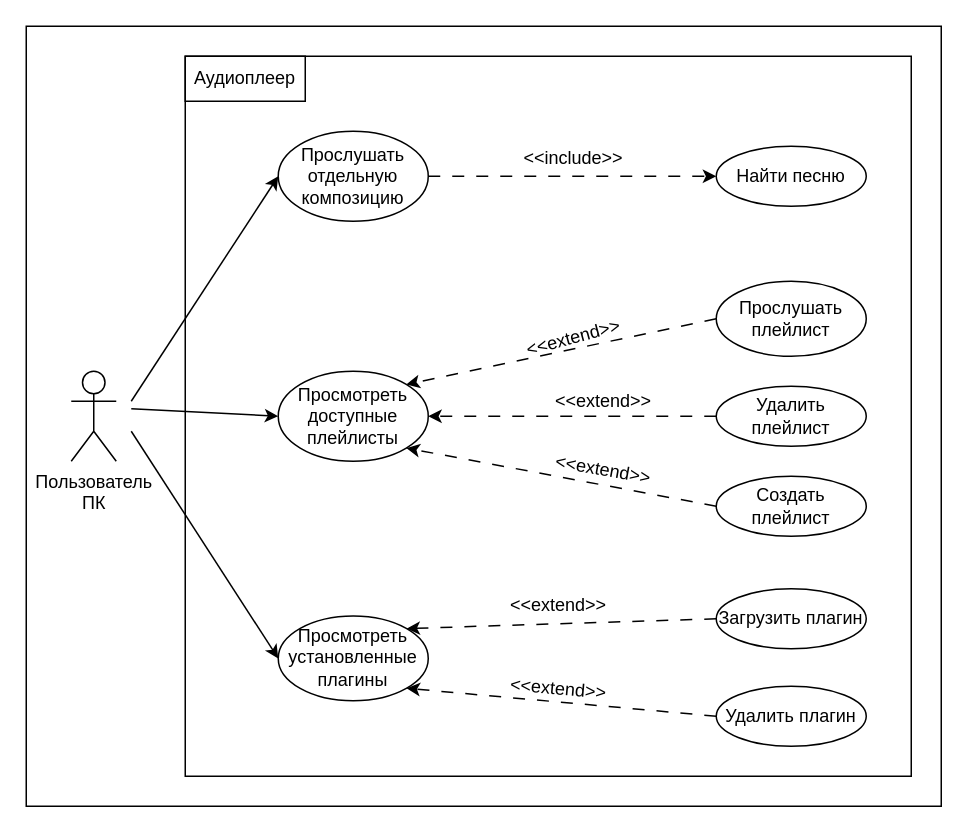
Before: lab1.drawio in Hlebnica/software_engineering, a draw.io diagram. Source tidied: cells renumbered, new cells numbered last; positions are measured from the earlier drawing's top-left corner, leaving out a move shared by most shapes. Both pictures are drawn from the tidied source at 150%, with x=0, y=0 at pixel (26, 26).
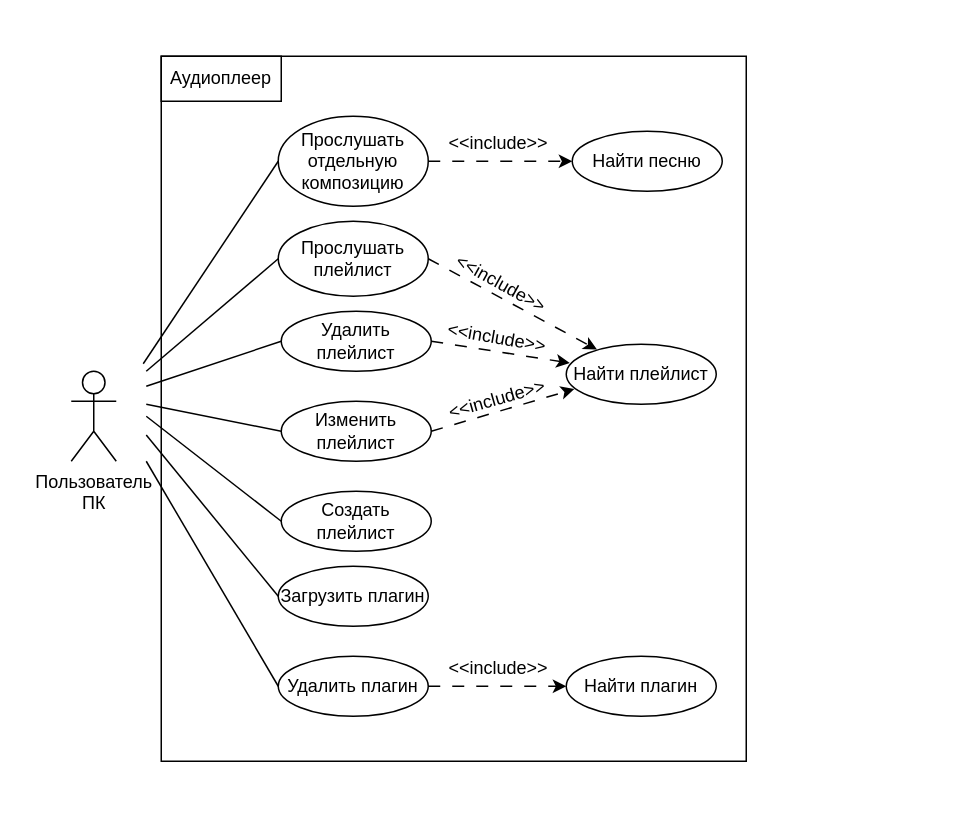
The same page after the edit.

Commit message (it also covers changes not shown here):
lab1_2_end

The edit, as a diff of the source:
```diff
@@
-    <mxCell id="2" style="rounded=0;whiteSpace=wrap;html=1;strokeColor=default;" parent="1" vertex="1">
-      <mxGeometry width="610" height="520" as="geometry" />
-    </mxCell>
+    <mxCell id="30" style="rounded=0;whiteSpace=wrap;html=1;strokeColor=none;" parent="1" vertex="1">
+      <mxGeometry y="10" width="490" height="490" as="geometry" />
+    </mxCell>
@@
     <mxCell id="4" style="rounded=0;whiteSpace=wrap;html=1;strokeColor=default;" parent="1" vertex="1">
-      <mxGeometry x="106" y="20" width="484" height="480" as="geometry" />
+      <mxGeometry x="90" y="20" width="390" height="470" as="geometry" />
     </mxCell>
     <mxCell id="5" value="Аудиоплеер" style="text;html=1;strokeColor=default;fillColor=none;align=center;verticalAlign=middle;whiteSpace=wrap;rounded=0;" parent="1" vertex="1">
-      <mxGeometry x="106" y="20" width="80" height="30" as="geometry" />
+      <mxGeometry x="90" y="20" width="80" height="30" as="geometry" />
     </mxCell>
     <mxCell id="6" value="Прослушать плейлист" style="ellipse;whiteSpace=wrap;html=1;strokeColor=default;" parent="1" vertex="1">
-      <mxGeometry x="460" y="170" width="100" height="50" as="geometry" />
+      <mxGeometry x="168" y="130" width="100" height="50" as="geometry" />
     </mxCell>
     <mxCell id="7" value="Прослушать отдельную композицию" style="ellipse;whiteSpace=wrap;html=1;strokeColor=default;" parent="1" vertex="1">
-      <mxGeometry x="168" y="70" width="100" height="60" as="geometry" />
+      <mxGeometry x="168" y="60" width="100" height="60" as="geometry" />
     </mxCell>
-    <mxCell id="8" value="Просмотреть установленные плагины" style="ellipse;whiteSpace=wrap;html=1;strokeColor=default;" parent="1" vertex="1">
-      <mxGeometry x="168" y="393.2" width="100" height="56.5" as="geometry" />
-    </mxCell>
+    <mxCell id="12" value="Удалить плейлист" style="ellipse;whiteSpace=wrap;html=1;strokeColor=default;" parent="1" vertex="1">
+      <mxGeometry x="170" y="190" width="100" height="40" as="geometry" />
+    </mxCell>
+    <mxCell id="14" value="Найти песню" style="ellipse;whiteSpace=wrap;html=1;strokeColor=default;" parent="1" vertex="1">
+      <mxGeometry x="364" y="70" width="100" height="40" as="geometry" />
+    </mxCell>
+    <mxCell id="18" style="endArrow=classic;html=1;rounded=0;strokeWidth=1;targetPerimeterSpacing=1;dashed=1;dashPattern=8 8;entryX=0;entryY=0.5;entryDx=0;entryDy=0;exitX=1;exitY=0.5;exitDx=0;exitDy=0;" parent="1" edge="1" source="7" target="14">
+      <mxGeometry relative="1" as="geometry" />
+    </mxCell>
+    <mxCell id="19" value="&amp;lt;&amp;lt;include&amp;gt;&amp;gt;" style="text;html=1;strokeColor=none;fillColor=none;align=center;verticalAlign=middle;whiteSpace=wrap;rounded=0;rotation=0;" parent="1" vertex="1">
+      <mxGeometry x="280" y="70" width="70" height="15" as="geometry" />
+    </mxCell>
     <mxCell id="9" value="Загрузить плагин" style="ellipse;whiteSpace=wrap;html=1;strokeColor=default;" parent="1" vertex="1">
-      <mxGeometry x="460" y="375" width="100" height="40" as="geometry" />
+      <mxGeometry x="168" y="360" width="100" height="40" as="geometry" />
     </mxCell>
     <mxCell id="10" value="Удалить плагин" style="ellipse;whiteSpace=wrap;html=1;strokeColor=default;" parent="1" vertex="1">
-      <mxGeometry x="460" y="440" width="100" height="40" as="geometry" />
+      <mxGeometry x="168" y="420" width="100" height="40" as="geometry" />
     </mxCell>
+    <mxCell id="31" value="Найти плагин" style="ellipse;whiteSpace=wrap;html=1;strokeColor=default;" parent="1" vertex="1">
+      <mxGeometry x="360" y="420" width="100" height="40" as="geometry" />
+    </mxCell>
     <mxCell id="11" value="Создать плейлист" style="ellipse;whiteSpace=wrap;html=1;strokeColor=default;" parent="1" vertex="1">
-      <mxGeometry x="460" y="300" width="100" height="40" as="geometry" />
+      <mxGeometry x="170" y="310" width="100" height="40" as="geometry" />
     </mxCell>
-    <mxCell id="12" value="Удалить плейлист" style="ellipse;whiteSpace=wrap;html=1;strokeColor=default;" parent="1" vertex="1">
-      <mxGeometry x="460" y="240" width="100" height="40" as="geometry" />
-    </mxCell>
-    <mxCell id="13" value="Просмотреть доступные плейлисты" style="ellipse;whiteSpace=wrap;html=1;strokeColor=default;" parent="1" vertex="1">
-      <mxGeometry x="168" y="230" width="100" height="60" as="geometry" />
-    </mxCell>
-    <mxCell id="14" value="Найти песню" style="ellipse;whiteSpace=wrap;html=1;strokeColor=default;" parent="1" vertex="1">
-      <mxGeometry x="460" y="80" width="100" height="40" as="geometry" />
-    </mxCell>
-    <mxCell id="15" style="endArrow=classic;html=1;rounded=0;strokeWidth=1;targetPerimeterSpacing=1;entryX=0;entryY=0.5;entryDx=0;entryDy=0;" parent="1" edge="1" target="7">
-      <mxGeometry relative="1" as="geometry">
-        <mxPoint x="70" y="250" as="sourcePoint" />
-      </mxGeometry>
-    </mxCell>
-    <mxCell id="16" style="endArrow=classic;html=1;rounded=0;strokeWidth=1;targetPerimeterSpacing=1;entryX=0;entryY=0.5;entryDx=0;entryDy=0;" parent="1" edge="1" target="13">
-      <mxGeometry relative="1" as="geometry">
-        <mxPoint x="70" y="255" as="sourcePoint" />
-      </mxGeometry>
-    </mxCell>
-    <mxCell id="17" value="&amp;lt;&amp;lt;extend&amp;gt;&amp;gt;" style="text;html=1;strokeColor=none;fillColor=none;align=center;verticalAlign=middle;whiteSpace=wrap;rounded=0;rotation=-15;" parent="1" vertex="1">
-      <mxGeometry x="330" y="200" width="70" height="15" as="geometry" />
-    </mxCell>
-    <mxCell id="18" style="endArrow=classic;html=1;rounded=0;strokeWidth=1;targetPerimeterSpacing=1;dashed=1;dashPattern=8 8;entryX=0;entryY=0.5;entryDx=0;entryDy=0;exitX=1;exitY=0.5;exitDx=0;exitDy=0;" parent="1" edge="1" source="7" target="14">
-      <mxGeometry relative="1" as="geometry" />
-    </mxCell>
-    <mxCell id="19" value="&amp;lt;&amp;lt;include&amp;gt;&amp;gt;" style="text;html=1;strokeColor=none;fillColor=none;align=center;verticalAlign=middle;whiteSpace=wrap;rounded=0;rotation=0;" parent="1" vertex="1">
-      <mxGeometry x="330" y="80" width="70" height="15" as="geometry" />
-    </mxCell>
-    <mxCell id="20" style="endArrow=classic;html=1;rounded=0;strokeWidth=1;targetPerimeterSpacing=1;dashed=1;dashPattern=8 8;entryX=1;entryY=0;entryDx=0;entryDy=0;exitX=0;exitY=0.5;exitDx=0;exitDy=0;" parent="1" edge="1" source="6" target="13">
-      <mxGeometry relative="1" as="geometry" />
-    </mxCell>
-    <mxCell id="21" value="&amp;lt;&amp;lt;extend&amp;gt;&amp;gt;" style="text;html=1;strokeColor=none;fillColor=none;align=center;verticalAlign=middle;whiteSpace=wrap;rounded=0;rotation=0;" parent="1" vertex="1">
-      <mxGeometry x="350" y="242" width="70" height="15" as="geometry" />
-    </mxCell>
-    <mxCell id="22" value="&amp;lt;&amp;lt;extend&amp;gt;&amp;gt;" style="text;html=1;strokeColor=none;fillColor=none;align=center;verticalAlign=middle;whiteSpace=wrap;rounded=0;rotation=10;" parent="1" vertex="1">
-      <mxGeometry x="350" y="288" width="70" height="15" as="geometry" />
-    </mxCell>
-    <mxCell id="23" style="endArrow=classic;html=1;rounded=0;strokeWidth=1;targetPerimeterSpacing=1;dashed=1;dashPattern=8 8;entryX=1;entryY=0;entryDx=0;entryDy=0;exitX=0;exitY=0.5;exitDx=0;exitDy=0;" parent="1" edge="1" source="9" target="8">
-      <mxGeometry relative="1" as="geometry" />
-    </mxCell>
-    <mxCell id="24" style="endArrow=classic;html=1;rounded=0;strokeWidth=1;targetPerimeterSpacing=1;dashed=1;dashPattern=8 8;entryX=1;entryY=1;entryDx=0;entryDy=0;exitX=0;exitY=0.5;exitDx=0;exitDy=0;" parent="1" edge="1" source="10" target="8">
-      <mxGeometry relative="1" as="geometry" />
-    </mxCell>
-    <mxCell id="25" value="&amp;lt;&amp;lt;extend&amp;gt;&amp;gt;" style="text;html=1;strokeColor=none;fillColor=none;align=center;verticalAlign=middle;whiteSpace=wrap;rounded=0;rotation=0;" parent="1" vertex="1">
-      <mxGeometry x="320" y="378.2" width="70" height="15" as="geometry" />
-    </mxCell>
-    <mxCell id="26" value="&amp;lt;&amp;lt;extend&amp;gt;&amp;gt;" style="text;html=1;strokeColor=none;fillColor=none;align=center;verticalAlign=middle;whiteSpace=wrap;rounded=0;rotation=5;" parent="1" vertex="1">
-      <mxGeometry x="320" y="434.8" width="70" height="15" as="geometry" />
-    </mxCell>
-    <mxCell id="27" style="endArrow=classic;html=1;rounded=0;strokeWidth=1;targetPerimeterSpacing=1;entryX=0;entryY=0.5;entryDx=0;entryDy=0;" parent="1" edge="1" target="8">
-      <mxGeometry relative="1" as="geometry">
-        <mxPoint x="70" y="270" as="sourcePoint" />
-      </mxGeometry>
-    </mxCell>
-    <mxCell id="28" style="endArrow=classic;html=1;rounded=0;strokeWidth=1;targetPerimeterSpacing=1;dashed=1;dashPattern=8 8;exitX=0;exitY=0.5;exitDx=0;exitDy=0;entryX=1;entryY=0.5;entryDx=0;entryDy=0;" parent="1" edge="1" source="12" target="13">
-      <mxGeometry relative="1" as="geometry" />
-    </mxCell>
-    <mxCell id="29" style="endArrow=classic;html=1;rounded=0;strokeWidth=1;targetPerimeterSpacing=1;dashed=1;dashPattern=8 8;entryX=1;entryY=1;entryDx=0;entryDy=0;exitX=0;exitY=0.5;exitDx=0;exitDy=0;" parent="1" edge="1" source="11" target="13">
-      <mxGeometry relative="1" as="geometry" />
-    </mxCell>
+    <mxCell id="32" value="Изменить плейлист" style="ellipse;whiteSpace=wrap;html=1;strokeColor=default;" parent="1" vertex="1">
+      <mxGeometry x="170" y="250" width="100" height="40" as="geometry" />
+    </mxCell>
+    <mxCell id="33" value="Найти плейлист" style="ellipse;whiteSpace=wrap;html=1;strokeColor=default;" parent="1" vertex="1">
+      <mxGeometry x="360" y="212" width="100" height="40" as="geometry" />
+    </mxCell>
+    <mxCell id="34" style="endArrow=classic;html=1;rounded=0;strokeWidth=1;targetPerimeterSpacing=1;dashed=1;dashPattern=8 8;exitX=1;exitY=0.5;exitDx=0;exitDy=0;entryX=0;entryY=0.5;entryDx=0;entryDy=0;" parent="1" edge="1" source="10" target="31">
+      <mxGeometry relative="1" as="geometry" />
+    </mxCell>
+    <mxCell id="35" value="&amp;lt;&amp;lt;include&amp;gt;&amp;gt;" style="text;html=1;strokeColor=none;fillColor=none;align=center;verticalAlign=middle;whiteSpace=wrap;rounded=0;rotation=0;" parent="1" vertex="1">
+      <mxGeometry x="280" y="420" width="70" height="15" as="geometry" />
+    </mxCell>
+    <mxCell id="36" style="endArrow=none;html=1;rounded=0;entryX=0;entryY=0.5;entryDx=0;entryDy=0;" parent="1" edge="1" target="6">
+      <mxGeometry relative="1" as="geometry">
+        <mxPoint x="80" y="230" as="sourcePoint" />
+      </mxGeometry>
+    </mxCell>
+    <mxCell id="37" style="endArrow=classic;html=1;rounded=0;strokeWidth=1;targetPerimeterSpacing=1;dashed=1;dashPattern=8 8;exitX=1;exitY=0.5;exitDx=0;exitDy=0;" parent="1" edge="1" source="12" target="33">
+      <mxGeometry relative="1" as="geometry" />
+    </mxCell>
+    <mxCell id="38" style="endArrow=classic;html=1;rounded=0;strokeWidth=1;targetPerimeterSpacing=1;dashed=1;dashPattern=8 8;entryX=0.054;entryY=0.747;entryDx=0;entryDy=0;exitX=1;exitY=0.5;exitDx=0;exitDy=0;entryPerimeter=0;" parent="1" edge="1" source="32" target="33">
+      <mxGeometry relative="1" as="geometry" />
+    </mxCell>
+    <mxCell id="39" value="&amp;lt;&amp;lt;include&amp;gt;&amp;gt;" style="text;html=1;strokeColor=none;fillColor=none;align=center;verticalAlign=middle;whiteSpace=wrap;rounded=0;rotation=344;" parent="1" vertex="1">
+      <mxGeometry x="279" y="241" width="70" height="15" as="geometry" />
+    </mxCell>
+    <mxCell id="40" value="&amp;lt;&amp;lt;include&amp;gt;&amp;gt;" style="text;html=1;strokeColor=none;fillColor=none;align=center;verticalAlign=middle;whiteSpace=wrap;rounded=0;rotation=10;" parent="1" vertex="1">
+      <mxGeometry x="279" y="200.5" width="70" height="15" as="geometry" />
+    </mxCell>
+    <mxCell id="41" style="endArrow=none;html=1;rounded=0;entryX=0;entryY=0.5;entryDx=0;entryDy=0;" parent="1" edge="1" target="7">
+      <mxGeometry relative="1" as="geometry">
+        <mxPoint x="78" y="225" as="sourcePoint" />
+      </mxGeometry>
+    </mxCell>
+    <mxCell id="42" style="endArrow=classic;html=1;rounded=0;strokeWidth=1;targetPerimeterSpacing=1;dashed=1;dashPattern=8 8;exitX=1;exitY=0.5;exitDx=0;exitDy=0;entryX=0.205;entryY=0.089;entryDx=0;entryDy=0;entryPerimeter=0;" parent="1" edge="1" source="6" target="33">
+      <mxGeometry relative="1" as="geometry" />
+    </mxCell>
+    <mxCell id="43" value="&amp;lt;&amp;lt;include&amp;gt;&amp;gt;" style="text;html=1;strokeColor=none;fillColor=none;align=center;verticalAlign=middle;whiteSpace=wrap;rounded=0;rotation=29;" parent="1" vertex="1">
+      <mxGeometry x="282" y="164" width="70" height="15" as="geometry" />
+    </mxCell>
+    <mxCell id="44" style="endArrow=none;html=1;rounded=0;entryX=0;entryY=0.5;entryDx=0;entryDy=0;" parent="1" edge="1" target="12">
+      <mxGeometry relative="1" as="geometry">
+        <mxPoint x="80" y="240" as="sourcePoint" />
+      </mxGeometry>
+    </mxCell>
+    <mxCell id="45" style="endArrow=none;html=1;rounded=0;entryX=0;entryY=0.5;entryDx=0;entryDy=0;" parent="1" edge="1" target="32">
+      <mxGeometry relative="1" as="geometry">
+        <mxPoint x="80" y="252" as="sourcePoint" />
+      </mxGeometry>
+    </mxCell>
+    <mxCell id="46" style="endArrow=none;html=1;rounded=0;entryX=0;entryY=0.5;entryDx=0;entryDy=0;" parent="1" edge="1" target="11">
+      <mxGeometry relative="1" as="geometry">
+        <mxPoint x="80" y="260" as="sourcePoint" />
+      </mxGeometry>
+    </mxCell>
+    <mxCell id="47" style="endArrow=none;html=1;rounded=0;entryX=0;entryY=0.5;entryDx=0;entryDy=0;" parent="1" edge="1" target="9">
+      <mxGeometry relative="1" as="geometry">
+        <mxPoint x="80" y="272.5" as="sourcePoint" />
+      </mxGeometry>
+    </mxCell>
+    <mxCell id="48" style="endArrow=none;html=1;rounded=0;entryX=0;entryY=0.5;entryDx=0;entryDy=0;" parent="1" edge="1" target="10">
+      <mxGeometry relative="1" as="geometry">
+        <mxPoint x="80" y="290" as="sourcePoint" />
+      </mxGeometry>
+    </mxCell>
```
